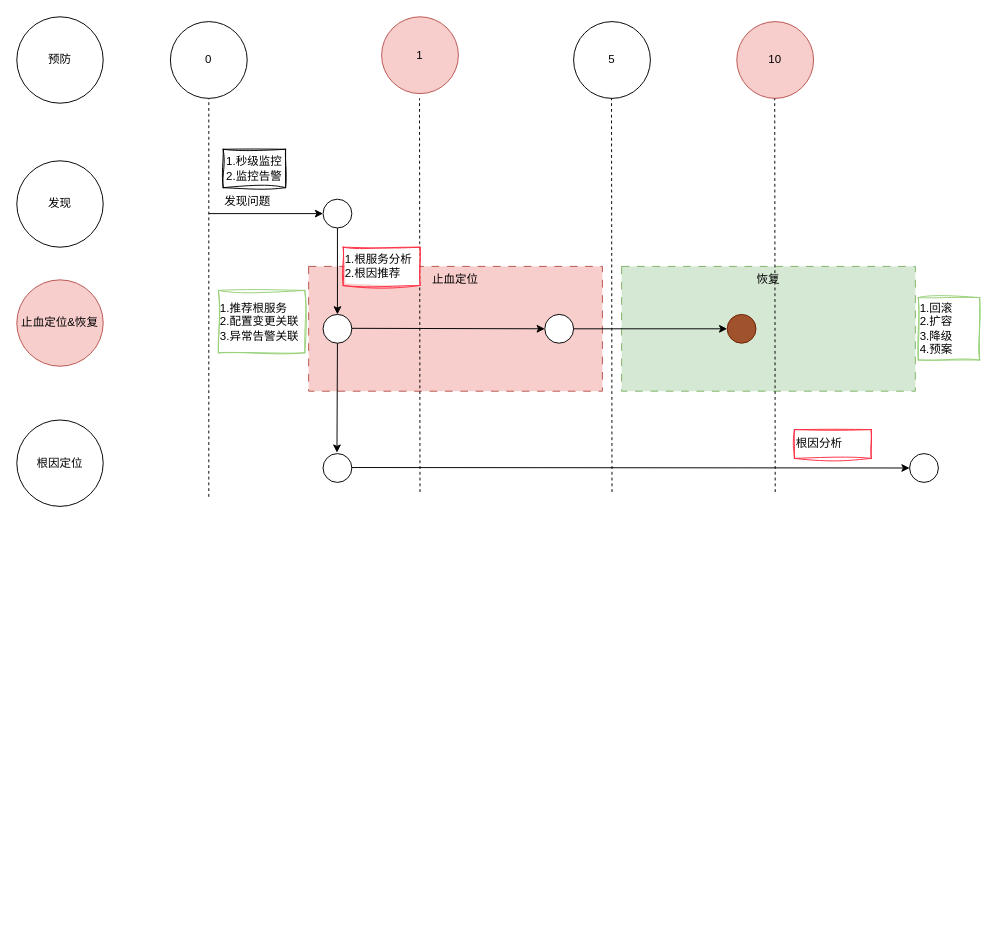
Earlier version of the draw.io diagram page "1-5-10" (1 of 5) of tech/arch/稳定性.drawio (zhuanzhuan-tech/arch-draw-io). Source tidied: cells renumbered, new cells numbered last; positions are measured from the earlier drawing's top-left corner, leaving out a move shared by most shapes. Both pictures are drawn from the tidied source at 96%, with x=0, y=0 at pixel (16, 16).
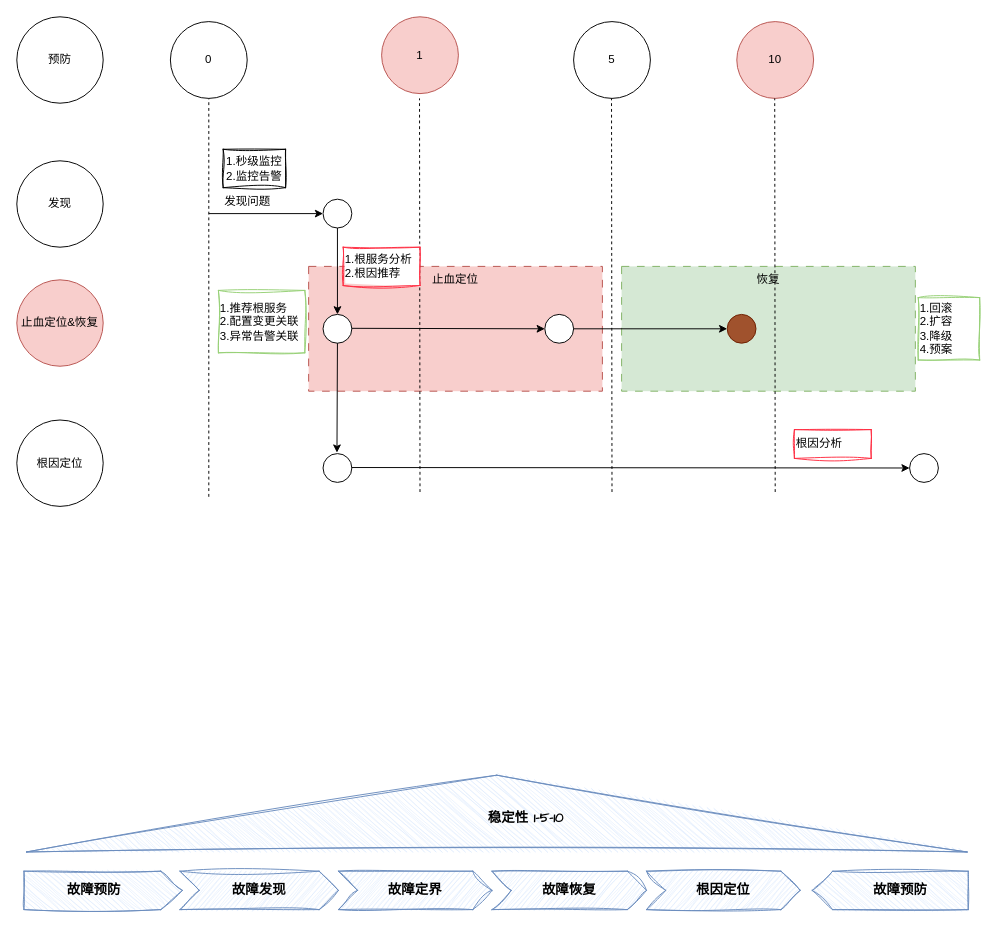
After the change.

Commit message:
更新稳定性.drawio

The edit, as a diff of the source:
```diff
@@
+    <mxCell id="34" style="triangle;whiteSpace=wrap;html=1;sketch=1;hachureGap=4;jiggle=2;curveFitting=1;fontFamily=Architects Daughter;rotation=-90;fillColor=#dae8fc;strokeColor=#6c8ebf;textDirection=vertical-lr;" parent="1" vertex="1">
+      <mxGeometry x="460" y="340" width="80" height="980" as="geometry" />
+    </mxCell>
+    <mxCell id="35" value="稳定性 1-5-10" style="text;html=1;align=center;verticalAlign=middle;strokeColor=none;fillColor=none;fontFamily=Architects Daughter;fontStyle=1;fontSize=14;" parent="1" vertex="1">
+      <mxGeometry x="480" y="820" width="100" height="30" as="geometry" />
+    </mxCell>
+    <mxCell id="36" value="&lt;font style=&quot;font-size: 14px;&quot;&gt;&lt;b&gt;故障发现&lt;/b&gt;&lt;/font&gt;" style="shape=step;perimeter=stepPerimeter;whiteSpace=wrap;html=1;fixedSize=1;sketch=1;hachureGap=4;jiggle=2;curveFitting=1;fontFamily=Architects Daughter;fillColor=#dae8fc;strokeColor=#6c8ebf;" parent="1" vertex="1">
+      <mxGeometry x="170" y="890" width="165" height="40" as="geometry" />
+    </mxCell>
+    <mxCell id="37" value="&lt;font style=&quot;font-size: 14px;&quot;&gt;&lt;b&gt;故障定界&lt;/b&gt;&lt;/font&gt;" style="shape=step;perimeter=stepPerimeter;whiteSpace=wrap;html=1;fixedSize=1;sketch=1;hachureGap=4;jiggle=2;curveFitting=1;fontFamily=Architects Daughter;fillColor=#dae8fc;strokeColor=#6c8ebf;" parent="1" vertex="1">
+      <mxGeometry x="335" y="890" width="160" height="40" as="geometry" />
+    </mxCell>
+    <mxCell id="38" value="&lt;font style=&quot;font-size: 14px;&quot;&gt;&lt;b&gt;故障恢复&lt;/b&gt;&lt;/font&gt;" style="shape=step;perimeter=stepPerimeter;whiteSpace=wrap;html=1;fixedSize=1;sketch=1;hachureGap=4;jiggle=2;curveFitting=1;fontFamily=Architects Daughter;fillColor=#dae8fc;strokeColor=#6c8ebf;" parent="1" vertex="1">
+      <mxGeometry x="495" y="890" width="161" height="40" as="geometry" />
+    </mxCell>
+    <mxCell id="39" value="&lt;font style=&quot;font-size: 14px;&quot;&gt;&lt;b&gt;根因定位&lt;/b&gt;&lt;/font&gt;" style="shape=step;perimeter=stepPerimeter;whiteSpace=wrap;html=1;fixedSize=1;sketch=1;hachureGap=4;jiggle=2;curveFitting=1;fontFamily=Architects Daughter;fillColor=#dae8fc;strokeColor=#6c8ebf;" parent="1" vertex="1">
+      <mxGeometry x="656" y="890" width="160" height="40" as="geometry" />
+    </mxCell>
+    <mxCell id="40" style="shape=offPageConnector;whiteSpace=wrap;html=1;sketch=1;hachureGap=4;jiggle=2;curveFitting=1;fontFamily=Architects Daughter;size=0.13636363636363635;rotation=-90;fillColor=#dae8fc;strokeColor=#6c8ebf;" parent="1" vertex="1">
+      <mxGeometry x="70" y="827.5" width="40" height="165" as="geometry" />
+    </mxCell>
+    <mxCell id="41" value="&lt;font style=&quot;font-size: 14px;&quot;&gt;&lt;b&gt;故障预防&lt;/b&gt;&lt;/font&gt;" style="text;html=1;align=center;verticalAlign=middle;strokeColor=none;fillColor=none;fontFamily=Architects Daughter;" parent="1" vertex="1">
+      <mxGeometry x="40" y="895" width="80" height="30" as="geometry" />
+    </mxCell>
+    <mxCell id="42" style="shape=offPageConnector;whiteSpace=wrap;html=1;sketch=1;hachureGap=4;jiggle=2;curveFitting=1;fontFamily=Architects Daughter;size=0.13076923076923078;rotation=90;fillColor=#dae8fc;strokeColor=#6c8ebf;" parent="1" vertex="1">
+      <mxGeometry x="889.8" y="828.8" width="40" height="162.5" as="geometry" />
+    </mxCell>
+    <mxCell id="43" value="&lt;font style=&quot;font-size: 14px;&quot;&gt;&lt;b&gt;故障预防&lt;/b&gt;&lt;/font&gt;" style="text;html=1;align=center;verticalAlign=middle;strokeColor=none;fillColor=none;fontFamily=Architects Daughter;" parent="1" vertex="1">
+      <mxGeometry x="880" y="895" width="80" height="30" as="geometry" />
+    </mxCell>
```
